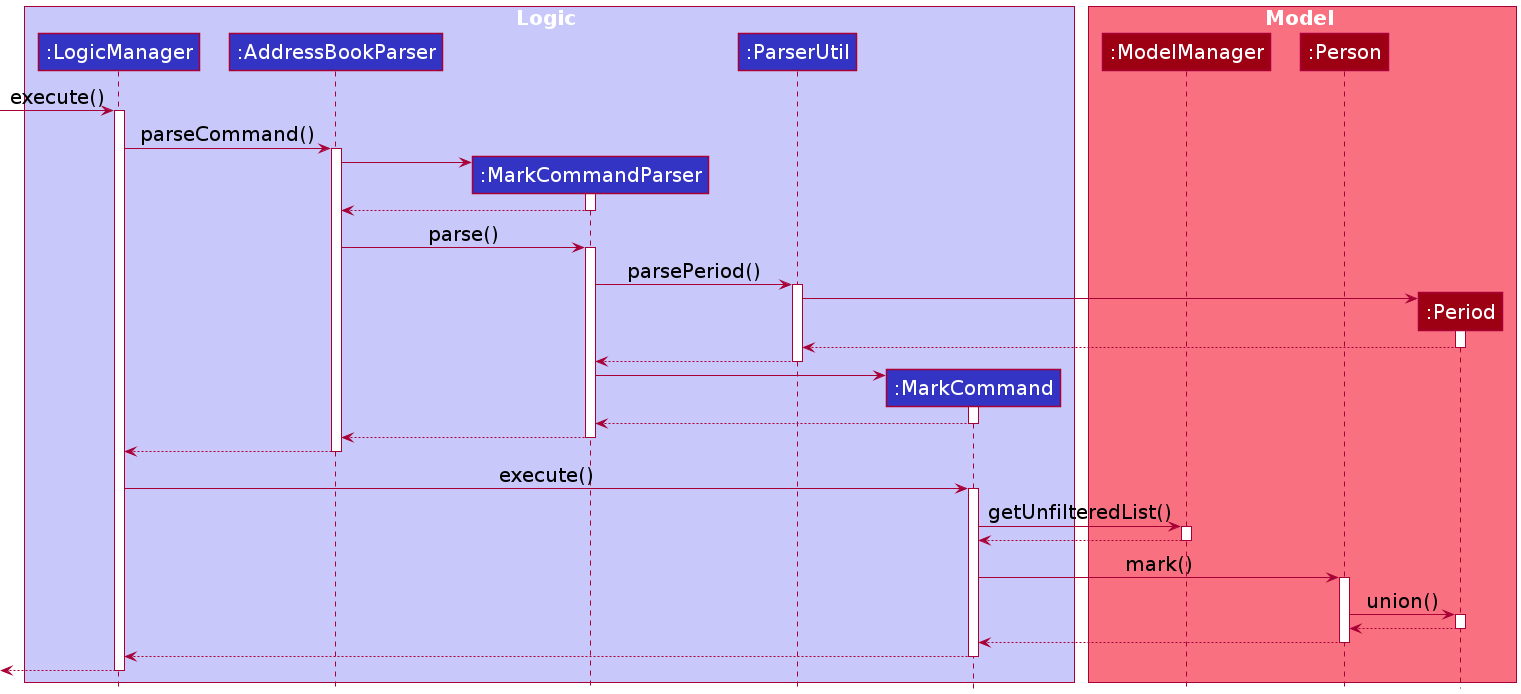
Before: docs/images/MarkSequenceDiagram.png, a diagram exported from PlantUML (nus-cs2103-AY2122S1/tp).
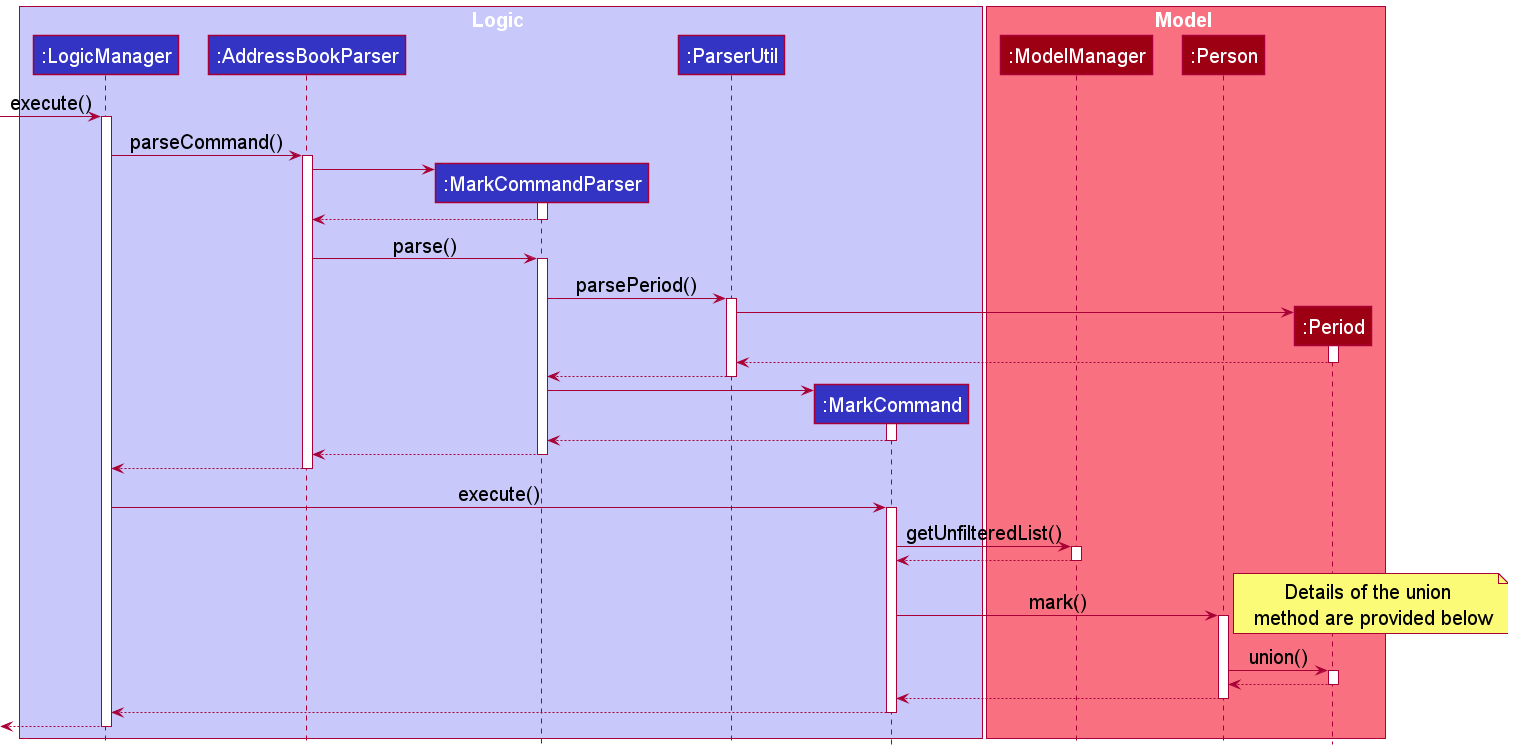
The same file after the commit.

Commit message:
Add more activity diagrams for mark

Change to the diagram source:
```diff
@@ -72,6 +72,7 @@
 deactivate Model
 MarkCommand -> Person : mark()
 
+note right : Details of the union \n method are provided below
 activate Person
 Person -> Period : union()
 activate Period
```
